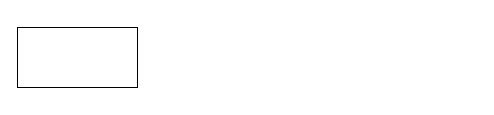
Earlier version of the draw.io diagram 测试的文件.drawio (Eiji1422/diagrams). Source tidied: cells renumbered, new cells numbered last; positions are measured from the earlier drawing's top-left corner, leaving out a move shared by most shapes. Both pictures are drawn from the tidied source at 100%, with x=0, y=0 at pixel (17, 27).
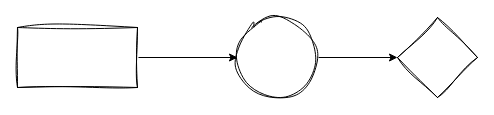
Above is the later version.

Commit message:
更新测试的文件.drawio

What changed in the source:
```diff
@@
 <mxGraphModel>
   <root>
     <mxCell id="0" />
     <mxCell id="1" parent="0" />
+    <mxCell id="3" style="edgeStyle=orthogonalEdgeStyle;rounded=0;jettySize=auto;html=1;" parent="1" edge="1" source="2" target="5">
+      <mxGeometry relative="1" as="geometry" />
+    </mxCell>
-    <mxCell id="2" style="rounded=0;whiteSpace=wrap;html=1;" parent="1" vertex="1">
+    <mxCell id="2" style="rounded=0;whiteSpace=wrap;html=1;sketch=1;curveFitting=1;jiggle=2;" parent="1" vertex="1">
       <mxGeometry width="120" height="60" as="geometry" />
     </mxCell>
+    <mxCell id="4" style="edgeStyle=orthogonalEdgeStyle;rounded=0;jettySize=auto;html=1;" parent="1" edge="1" source="5" target="6">
+      <mxGeometry relative="1" as="geometry" />
+    </mxCell>
+    <mxCell id="5" style="ellipse;whiteSpace=wrap;html=1;rounded=0;sketch=1;curveFitting=1;jiggle=2;" parent="1" vertex="1">
+      <mxGeometry x="220" y="-10" width="80" height="80" as="geometry" />
+    </mxCell>
+    <mxCell id="6" style="rhombus;whiteSpace=wrap;html=1;rounded=0;sketch=1;curveFitting=1;jiggle=2;" parent="1" vertex="1">
+      <mxGeometry x="380" y="-10" width="80" height="80" as="geometry" />
+    </mxCell>
   </root>
 </mxGraphModel>
```
